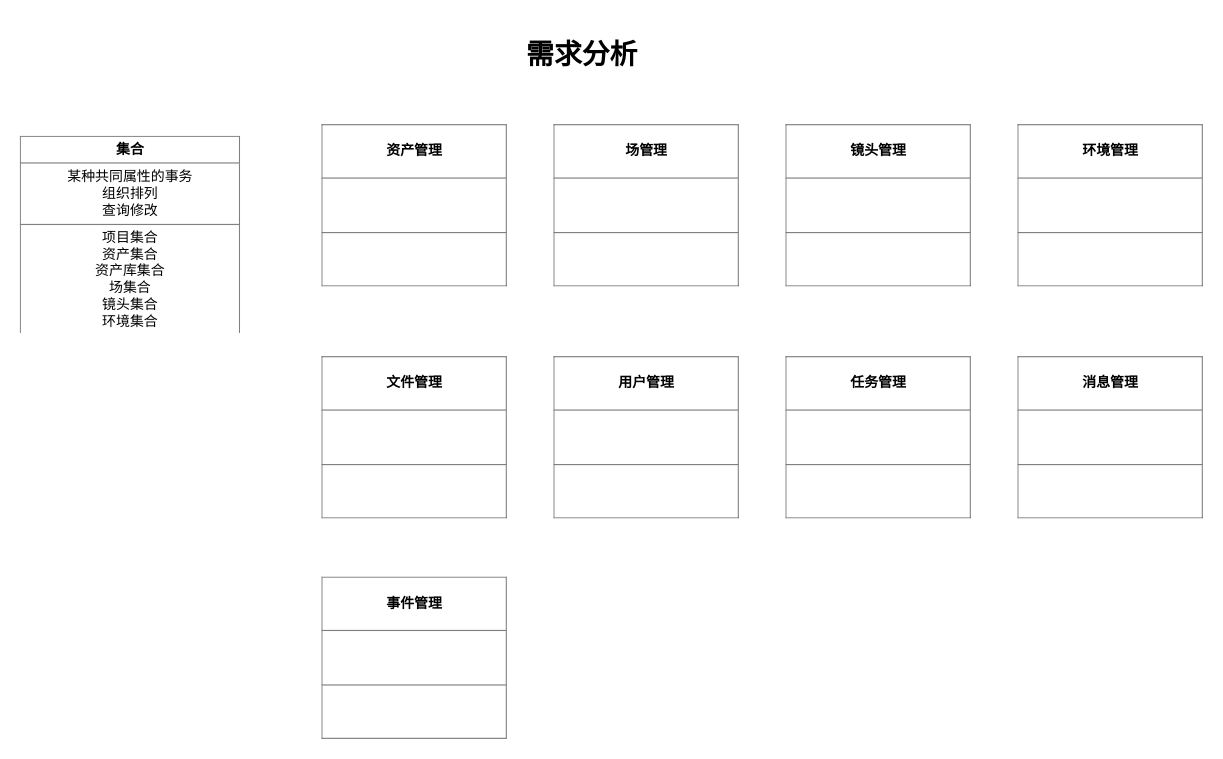
Earlier version of the draw.io diagram page "需求分析" (1 of 2) of documents/需求分析.drawio (cashmerepipeline/cashmere_core). Source tidied: cells renumbered, new cells numbered last; positions are measured from the earlier drawing's top-left corner, leaving out a move shared by most shapes. Both pictures are drawn from the tidied source at 116%, with x=0, y=0 at pixel (20, 31).
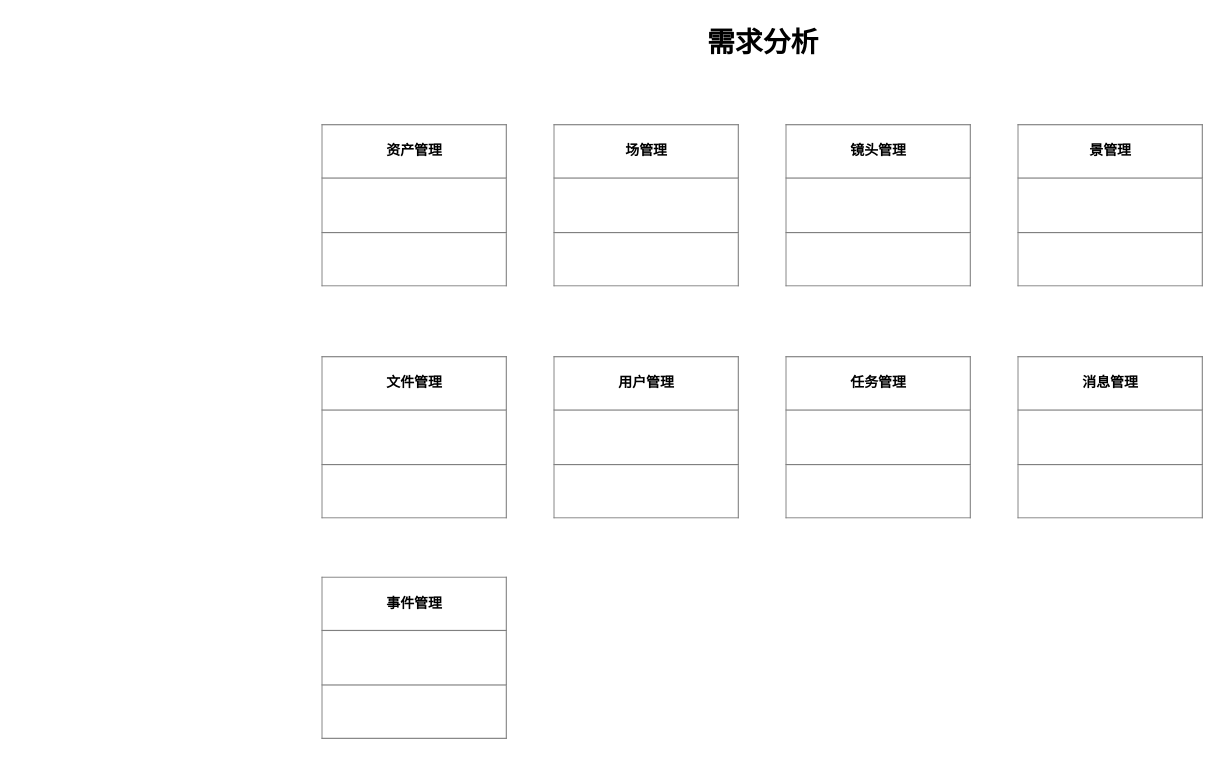
Above is the later version.

Change to the diagram source:
```diff
@@
 <mxGraphModel>
   <root>
     <mxCell id="0" />
     <mxCell id="1" parent="0" />
     <mxCell id="2" value="需求分析" style="text;strokeColor=none;fillColor=none;html=1;fontSize=24;fontStyle=1;verticalAlign=middle;align=center;" parent="1" vertex="1">
-      <mxGeometry x="434" width="100" height="40" as="geometry" />
+      <mxGeometry x="590" y="-10" width="100" height="40" as="geometry" />
     </mxCell>
     <mxCell id="3" value="&lt;table border=&quot;1&quot; width=&quot;100%&quot; cellpadding=&quot;4&quot; style=&quot;width: 100% ; height: 100% ; border-collapse: collapse&quot;&gt;&lt;tbody&gt;&lt;tr&gt;&lt;th align=&quot;center&quot;&gt;&lt;b&gt;资产管理&lt;/b&gt;&lt;/th&gt;&lt;/tr&gt;&lt;tr&gt;&lt;td align=&quot;center&quot;&gt;&lt;br&gt;&lt;/td&gt;&lt;/tr&gt;&lt;tr&gt;&lt;td align=&quot;center&quot;&gt;&lt;br&gt;&lt;/td&gt;&lt;/tr&gt;&lt;/tbody&gt;&lt;/table&gt;" style="text;html=1;strokeColor=none;fillColor=none;overflow=fill;" parent="1" vertex="1">
       <mxGeometry x="260" y="80" width="160" height="140" as="geometry" />
     </mxCell>
     <mxCell id="4" value="&lt;table border=&quot;1&quot; width=&quot;100%&quot; cellpadding=&quot;4&quot; style=&quot;width: 100% ; height: 100% ; border-collapse: collapse&quot;&gt;&lt;tbody&gt;&lt;tr&gt;&lt;th align=&quot;center&quot;&gt;场管理&lt;/th&gt;&lt;/tr&gt;&lt;tr&gt;&lt;td align=&quot;center&quot;&gt;&lt;br&gt;&lt;/td&gt;&lt;/tr&gt;&lt;tr&gt;&lt;td align=&quot;center&quot;&gt;&lt;br&gt;&lt;/td&gt;&lt;/tr&gt;&lt;/tbody&gt;&lt;/table&gt;" style="text;html=1;strokeColor=none;fillColor=none;overflow=fill;" parent="1" vertex="1">
       <mxGeometry x="460" y="80" width="160" height="140" as="geometry" />
     </mxCell>
     <mxCell id="5" value="&lt;table border=&quot;1&quot; width=&quot;100%&quot; cellpadding=&quot;4&quot; style=&quot;width: 100% ; height: 100% ; border-collapse: collapse&quot;&gt;&lt;tbody&gt;&lt;tr&gt;&lt;th align=&quot;center&quot;&gt;&lt;b&gt;任务管理&lt;/b&gt;&lt;/th&gt;&lt;/tr&gt;&lt;tr&gt;&lt;td align=&quot;center&quot;&gt;&lt;br&gt;&lt;/td&gt;&lt;/tr&gt;&lt;tr&gt;&lt;td align=&quot;center&quot;&gt;&lt;br&gt;&lt;/td&gt;&lt;/tr&gt;&lt;/tbody&gt;&lt;/table&gt;" style="text;html=1;strokeColor=none;fillColor=none;overflow=fill;" parent="1" vertex="1">
       <mxGeometry x="660" y="280" width="160" height="140" as="geometry" />
     </mxCell>
     <mxCell id="6" value="&lt;table border=&quot;1&quot; width=&quot;100%&quot; cellpadding=&quot;4&quot; style=&quot;width: 100% ; height: 100% ; border-collapse: collapse&quot;&gt;&lt;tbody&gt;&lt;tr&gt;&lt;th align=&quot;center&quot;&gt;&lt;b&gt;事件管理&lt;/b&gt;&lt;/th&gt;&lt;/tr&gt;&lt;tr&gt;&lt;td align=&quot;center&quot;&gt;&lt;br&gt;&lt;/td&gt;&lt;/tr&gt;&lt;tr&gt;&lt;td align=&quot;center&quot;&gt;&lt;br&gt;&lt;/td&gt;&lt;/tr&gt;&lt;/tbody&gt;&lt;/table&gt;" style="text;html=1;strokeColor=none;fillColor=none;overflow=fill;" parent="1" vertex="1">
       <mxGeometry x="260" y="470" width="160" height="140" as="geometry" />
     </mxCell>
     <mxCell id="7" value="&lt;table border=&quot;1&quot; width=&quot;100%&quot; cellpadding=&quot;4&quot; style=&quot;width: 100% ; height: 100% ; border-collapse: collapse&quot;&gt;&lt;tbody&gt;&lt;tr&gt;&lt;th align=&quot;center&quot;&gt;&lt;b&gt;消息管理&lt;/b&gt;&lt;/th&gt;&lt;/tr&gt;&lt;tr&gt;&lt;td align=&quot;center&quot;&gt;&lt;br&gt;&lt;/td&gt;&lt;/tr&gt;&lt;tr&gt;&lt;td align=&quot;center&quot;&gt;&lt;br&gt;&lt;/td&gt;&lt;/tr&gt;&lt;/tbody&gt;&lt;/table&gt;" style="text;html=1;strokeColor=none;fillColor=none;overflow=fill;" parent="1" vertex="1">
       <mxGeometry x="860" y="280" width="160" height="140" as="geometry" />
     </mxCell>
     <mxCell id="8" value="&lt;table border=&quot;1&quot; width=&quot;100%&quot; cellpadding=&quot;4&quot; style=&quot;width: 100% ; height: 100% ; border-collapse: collapse&quot;&gt;&lt;tbody&gt;&lt;tr&gt;&lt;th align=&quot;center&quot;&gt;&lt;b&gt;用户管理&lt;/b&gt;&lt;/th&gt;&lt;/tr&gt;&lt;tr&gt;&lt;td align=&quot;center&quot;&gt;&lt;br&gt;&lt;/td&gt;&lt;/tr&gt;&lt;tr&gt;&lt;td align=&quot;center&quot;&gt;&lt;br&gt;&lt;/td&gt;&lt;/tr&gt;&lt;/tbody&gt;&lt;/table&gt;" style="text;html=1;strokeColor=none;fillColor=none;overflow=fill;" parent="1" vertex="1">
       <mxGeometry x="460" y="280" width="160" height="140" as="geometry" />
     </mxCell>
     <mxCell id="9" value="&lt;table border=&quot;1&quot; width=&quot;100%&quot; cellpadding=&quot;4&quot; style=&quot;width: 100% ; height: 100% ; border-collapse: collapse&quot;&gt;&lt;tbody&gt;&lt;tr&gt;&lt;th align=&quot;center&quot;&gt;&lt;b&gt;文件管理&lt;/b&gt;&lt;/th&gt;&lt;/tr&gt;&lt;tr&gt;&lt;td align=&quot;center&quot;&gt;&lt;br&gt;&lt;/td&gt;&lt;/tr&gt;&lt;tr&gt;&lt;td align=&quot;center&quot;&gt;&lt;br&gt;&lt;/td&gt;&lt;/tr&gt;&lt;/tbody&gt;&lt;/table&gt;" style="text;html=1;strokeColor=none;fillColor=none;overflow=fill;" parent="1" vertex="1">
       <mxGeometry x="260" y="280" width="160" height="140" as="geometry" />
     </mxCell>
     <mxCell id="10" value="&lt;table border=&quot;1&quot; width=&quot;100%&quot; cellpadding=&quot;4&quot; style=&quot;width: 100% ; height: 100% ; border-collapse: collapse&quot;&gt;&lt;tbody&gt;&lt;tr&gt;&lt;th align=&quot;center&quot;&gt;&lt;b&gt;镜头管理&lt;br&gt;&lt;/b&gt;&lt;/th&gt;&lt;/tr&gt;&lt;tr&gt;&lt;td align=&quot;center&quot;&gt;&lt;br&gt;&lt;/td&gt;&lt;/tr&gt;&lt;tr&gt;&lt;td align=&quot;center&quot;&gt;&lt;br&gt;&lt;/td&gt;&lt;/tr&gt;&lt;/tbody&gt;&lt;/table&gt;" style="text;html=1;strokeColor=none;fillColor=none;overflow=fill;" parent="1" vertex="1">
       <mxGeometry x="660" y="80" width="160" height="140" as="geometry" />
     </mxCell>
-    <mxCell id="11" value="&lt;table border=&quot;1&quot; width=&quot;100%&quot; cellpadding=&quot;4&quot; style=&quot;width: 100% ; height: 100% ; border-collapse: collapse&quot;&gt;&lt;tbody&gt;&lt;tr&gt;&lt;th align=&quot;center&quot;&gt;环境管理&lt;/th&gt;&lt;/tr&gt;&lt;tr&gt;&lt;td align=&quot;center&quot;&gt;&lt;br&gt;&lt;/td&gt;&lt;/tr&gt;&lt;tr&gt;&lt;td align=&quot;center&quot;&gt;&lt;br&gt;&lt;/td&gt;&lt;/tr&gt;&lt;/tbody&gt;&lt;/table&gt;" style="text;html=1;strokeColor=none;fillColor=none;overflow=fill;" parent="1" vertex="1">
+    <mxCell id="11" value="&lt;table border=&quot;1&quot; width=&quot;100%&quot; cellpadding=&quot;4&quot; style=&quot;width: 100% ; height: 100% ; border-collapse: collapse&quot;&gt;&lt;tbody&gt;&lt;tr&gt;&lt;th align=&quot;center&quot;&gt;景管理&lt;/th&gt;&lt;/tr&gt;&lt;tr&gt;&lt;td align=&quot;center&quot;&gt;&lt;br&gt;&lt;/td&gt;&lt;/tr&gt;&lt;tr&gt;&lt;td align=&quot;center&quot;&gt;&lt;br&gt;&lt;/td&gt;&lt;/tr&gt;&lt;/tbody&gt;&lt;/table&gt;" style="text;html=1;strokeColor=none;fillColor=none;overflow=fill;" parent="1" vertex="1">
       <mxGeometry x="860" y="80" width="160" height="140" as="geometry" />
     </mxCell>
-    <mxCell id="12" value="&lt;table border=&quot;1&quot; width=&quot;100%&quot; cellpadding=&quot;4&quot; style=&quot;width: 100% ; height: 100% ; border-collapse: collapse&quot;&gt;&lt;tbody&gt;&lt;tr&gt;&lt;th align=&quot;center&quot;&gt;集合&lt;/th&gt;&lt;/tr&gt;&lt;tr&gt;&lt;td align=&quot;center&quot;&gt;某种共同属性的事务&lt;br&gt;组织排列&lt;br&gt;查询修改&lt;/td&gt;&lt;/tr&gt;&lt;tr&gt;&lt;td align=&quot;center&quot;&gt;项目集合&lt;br&gt;资产集合&lt;br&gt;资产库集合&lt;br&gt;场集合&lt;br&gt;镜头集合&lt;br&gt;环境集合&lt;/td&gt;&lt;/tr&gt;&lt;/tbody&gt;&lt;/table&gt;" style="text;html=1;strokeColor=none;fillColor=none;overflow=fill;" parent="1" vertex="1">
-      <mxGeometry y="90" width="190" height="170" as="geometry" />
-    </mxCell>
   </root>
 </mxGraphModel>
```
